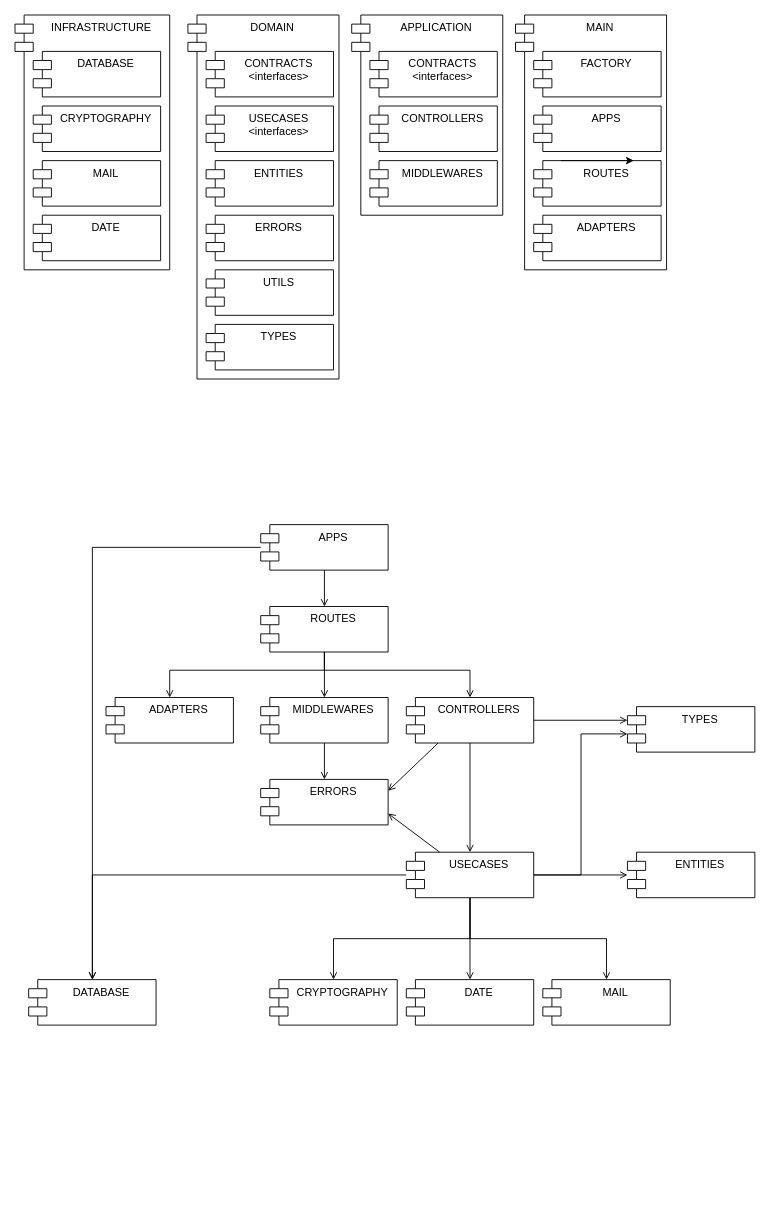
MateusNGF/comandas keeps this draw.io diagram as page "Diagrama de componentes" (1 of 3) of documentation/Components/diagramas-de-components.drawio. Above is the earlier version. Source tidied: cells renumbered, new cells numbered last; positions are measured from the earlier drawing's top-left corner, leaving out a move shared by most shapes. Both pictures are drawn from the tidied source at 91%, with x=0, y=0 at pixel (15, 15).
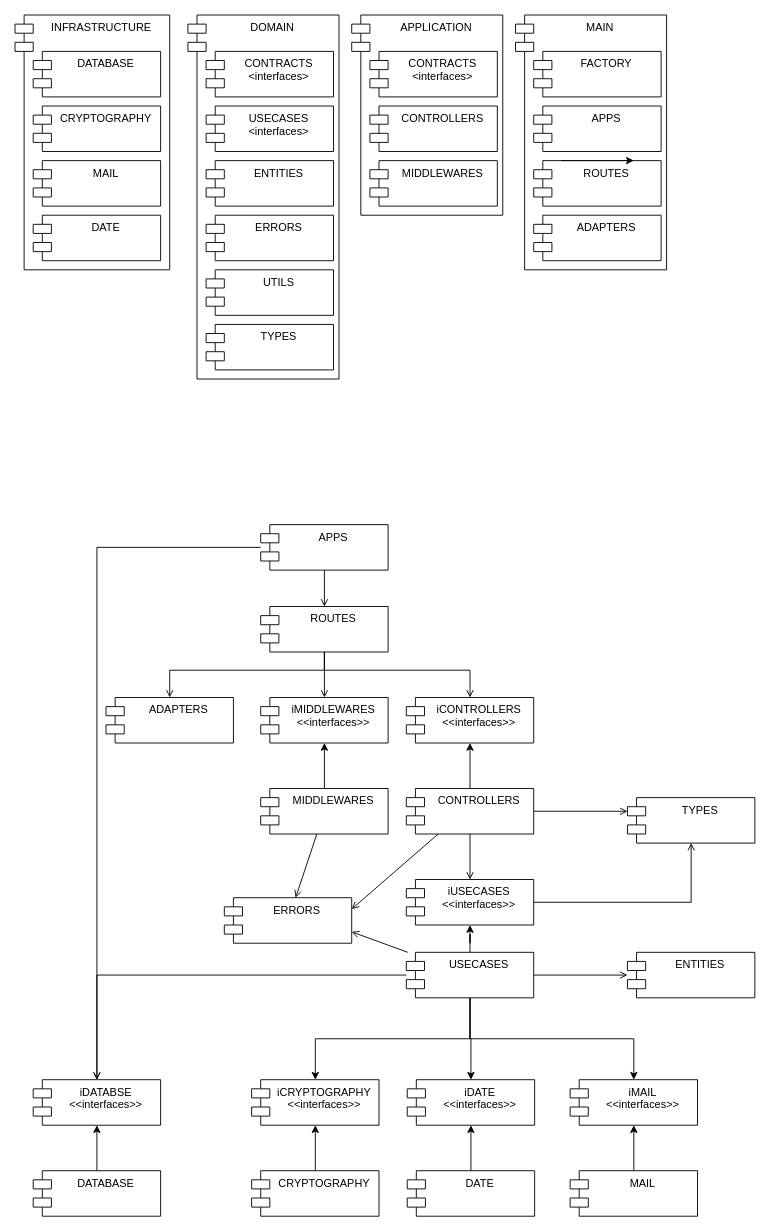
Above is the later version.

Commit message (it also covers changes not shown here):
feat(*): implemtns readme and diagram

Unchanged cells that the change refers to:
```xml
<mxCell id="27" value="APPS" style="shape=module;align=left;spacingLeft=20;align=center;verticalAlign=top;" parent="1" vertex="1">
  <mxGeometry x="270" y="560" width="140" height="50" as="geometry" />
</mxCell>
<mxCell id="31" value="ROUTES" style="shape=module;align=left;spacingLeft=20;align=center;verticalAlign=top;" parent="1" vertex="1">
  <mxGeometry x="270" y="650" width="140" height="50" as="geometry" />
</mxCell>
```

What changed in the source:
```diff
@@
+    <mxCell id="53" style="edgeStyle=orthogonalEdgeStyle;rounded=0;jettySize=auto;html=1;" parent="1" edge="1" source="24" target="67">
+      <mxGeometry relative="1" as="geometry" />
+    </mxCell>
     <mxCell id="24" value="DATABASE" style="shape=module;align=left;spacingLeft=20;align=center;verticalAlign=top;" parent="1" vertex="1">
-      <mxGeometry x="15" y="1060" width="140" height="50" as="geometry" />
+      <mxGeometry x="20" y="1270" width="140" height="50" as="geometry" />
     </mxCell>
@@
-    <mxCell id="26" style="edgeStyle=orthogonalEdgeStyle;rounded=0;jettySize=auto;html=1;endArrow=open;endFill=0;" parent="1" edge="1" source="27" target="24">
+    <mxCell id="26" style="edgeStyle=orthogonalEdgeStyle;rounded=0;jettySize=auto;html=1;endArrow=open;endFill=0;" parent="1" edge="1" source="27" target="67">
       <mxGeometry relative="1" as="geometry" />
     </mxCell>
@@
-    <mxCell id="28" style="edgeStyle=orthogonalEdgeStyle;rounded=0;jettySize=auto;html=1;endArrow=open;endFill=0;" parent="1" edge="1" source="31" target="38">
+    <mxCell id="28" style="edgeStyle=orthogonalEdgeStyle;rounded=0;jettySize=auto;html=1;endArrow=open;endFill=0;" parent="1" edge="1" source="31" target="69">
       <mxGeometry relative="1" as="geometry" />
     </mxCell>
@@
-    <mxCell id="30" style="edgeStyle=orthogonalEdgeStyle;rounded=0;jettySize=auto;html=1;endArrow=open;endFill=0;" parent="1" edge="1" source="31" target="36">
+    <mxCell id="30" style="edgeStyle=orthogonalEdgeStyle;rounded=0;jettySize=auto;html=1;endArrow=open;endFill=0;entryX=0.5;entryY=0;entryDx=0;entryDy=0;" parent="1" edge="1" source="31" target="68">
       <mxGeometry relative="1" as="geometry">
         <Array as="points">
           <mxPoint x="340" y="720" />
           <mxPoint x="500" y="720" />
+          <mxPoint x="500" y="740" />
         </Array>
       </mxGeometry>
     </mxCell>
@@
-    <mxCell id="33" style="edgeStyle=orthogonalEdgeStyle;rounded=0;jettySize=auto;html=1;endArrow=open;endFill=0;" parent="1" edge="1" source="36" target="46">
+    <mxCell id="33" style="edgeStyle=orthogonalEdgeStyle;rounded=0;jettySize=auto;html=1;endArrow=open;endFill=0;entryX=0.5;entryY=0;entryDx=0;entryDy=0;" parent="1" edge="1" source="36" target="63">
       <mxGeometry relative="1" as="geometry" />
     </mxCell>
@@
+    <mxCell id="54" style="edgeStyle=orthogonalEdgeStyle;rounded=0;jettySize=auto;html=1;" parent="1" edge="1" source="36" target="68">
+      <mxGeometry relative="1" as="geometry" />
+    </mxCell>
     <mxCell id="36" value="CONTROLLERS" style="shape=module;align=left;spacingLeft=20;align=center;verticalAlign=top;" parent="1" vertex="1">
-      <mxGeometry x="430" y="750" width="140" height="50" as="geometry" />
+      <mxGeometry x="430" y="850" width="140" height="50" as="geometry" />
     </mxCell>
@@
+    <mxCell id="55" style="edgeStyle=orthogonalEdgeStyle;rounded=0;jettySize=auto;html=1;" parent="1" edge="1" source="38" target="69">
+      <mxGeometry relative="1" as="geometry" />
+    </mxCell>
     <mxCell id="38" value="MIDDLEWARES" style="shape=module;align=left;spacingLeft=20;align=center;verticalAlign=top;" parent="1" vertex="1">
-      <mxGeometry x="270" y="750" width="140" height="50" as="geometry" />
+      <mxGeometry x="270" y="850" width="140" height="50" as="geometry" />
     </mxCell>
-    <mxCell id="39" style="edgeStyle=orthogonalEdgeStyle;rounded=0;jettySize=auto;html=1;endArrow=open;endFill=0;" parent="1" edge="1" source="46" target="24">
+    <mxCell id="39" style="edgeStyle=orthogonalEdgeStyle;rounded=0;jettySize=auto;html=1;endArrow=open;endFill=0;entryX=0.5;entryY=0;entryDx=0;entryDy=0;" parent="1" edge="1" source="46" target="67">
       <mxGeometry relative="1" as="geometry" />
     </mxCell>
-    <mxCell id="40" style="edgeStyle=orthogonalEdgeStyle;rounded=0;jettySize=auto;html=1;endArrow=open;endFill=0;exitX=0.5;exitY=1;exitDx=0;exitDy=0;" parent="1" edge="1" source="46" target="47">
-      <mxGeometry relative="1" as="geometry" />
-    </mxCell>
@@
-    <mxCell id="42" style="edgeStyle=orthogonalEdgeStyle;rounded=0;jettySize=auto;html=1;endArrow=open;endFill=0;exitX=0.5;exitY=1;exitDx=0;exitDy=0;" parent="1" edge="1" source="46" target="49">
-      <mxGeometry relative="1" as="geometry" />
-    </mxCell>
-    <mxCell id="43" style="edgeStyle=orthogonalEdgeStyle;rounded=0;jettySize=auto;html=1;endArrow=open;endFill=0;" parent="1" edge="1" source="46" target="50">
-      <mxGeometry relative="1" as="geometry" />
-    </mxCell>
@@
-    <mxCell id="45" style="edgeStyle=orthogonalEdgeStyle;rounded=0;jettySize=auto;html=1;endArrow=open;endFill=0;" parent="1" edge="1" source="46" target="52">
-      <mxGeometry relative="1" as="geometry">
-        <Array as="points">
-          <mxPoint x="622" y="945" />
-          <mxPoint x="622" y="790" />
-        </Array>
-      </mxGeometry>
+    <mxCell id="45" style="rounded=0;jettySize=auto;html=1;endArrow=open;endFill=0;exitX=1;exitY=0.5;exitDx=0;exitDy=0;edgeStyle=orthogonalEdgeStyle;" parent="1" edge="1" source="63" target="52">
+      <mxGeometry relative="1" as="geometry" />
     </mxCell>
+    <mxCell id="56" style="edgeStyle=orthogonalEdgeStyle;rounded=0;jettySize=auto;html=1;" parent="1" edge="1" source="46" target="63">
+      <mxGeometry relative="1" as="geometry" />
+    </mxCell>
+    <mxCell id="57" style="edgeStyle=orthogonalEdgeStyle;rounded=0;jettySize=auto;html=1;exitX=0.5;exitY=1;exitDx=0;exitDy=0;" parent="1" edge="1" source="46" target="64">
+      <mxGeometry relative="1" as="geometry" />
+    </mxCell>
+    <mxCell id="58" style="edgeStyle=orthogonalEdgeStyle;rounded=0;jettySize=auto;html=1;" parent="1" edge="1" source="46" target="66">
+      <mxGeometry relative="1" as="geometry" />
+    </mxCell>
+    <mxCell id="59" style="edgeStyle=orthogonalEdgeStyle;rounded=0;jettySize=auto;html=1;exitX=0.5;exitY=1;exitDx=0;exitDy=0;" parent="1" edge="1" source="46" target="65">
+      <mxGeometry relative="1" as="geometry" />
+    </mxCell>
     <mxCell id="46" value="USECASES" style="shape=module;align=left;spacingLeft=20;align=center;verticalAlign=top;" parent="1" vertex="1">
-      <mxGeometry x="430" y="920" width="140" height="50" as="geometry" />
+      <mxGeometry x="430" y="1030" width="140" height="50" as="geometry" />
     </mxCell>
+    <mxCell id="60" style="edgeStyle=orthogonalEdgeStyle;rounded=0;jettySize=auto;html=1;" parent="1" edge="1" source="47" target="64">
+      <mxGeometry relative="1" as="geometry" />
+    </mxCell>
     <mxCell id="47" value="CRYPTOGRAPHY" style="shape=module;align=left;spacingLeft=20;align=center;verticalAlign=top;" parent="1" vertex="1">
-      <mxGeometry x="280" y="1060" width="140" height="50" as="geometry" />
+      <mxGeometry x="260" y="1270" width="140" height="50" as="geometry" />
     </mxCell>
     <mxCell id="48" value="ENTITIES" style="shape=module;align=left;spacingLeft=20;align=center;verticalAlign=top;" parent="1" vertex="1">
-      <mxGeometry x="673" y="920" width="140" height="50" as="geometry" />
+      <mxGeometry x="673" y="1030" width="140" height="50" as="geometry" />
     </mxCell>
+    <mxCell id="61" style="edgeStyle=orthogonalEdgeStyle;rounded=0;jettySize=auto;html=1;" parent="1" edge="1" source="49" target="65">
+      <mxGeometry relative="1" as="geometry" />
+    </mxCell>
     <mxCell id="49" value="MAIL" style="shape=module;align=left;spacingLeft=20;align=center;verticalAlign=top;" parent="1" vertex="1">
-      <mxGeometry x="580" y="1060" width="140" height="50" as="geometry" />
+      <mxGeometry x="610" y="1270" width="140" height="50" as="geometry" />
     </mxCell>
+    <mxCell id="62" style="edgeStyle=orthogonalEdgeStyle;rounded=0;jettySize=auto;html=1;" parent="1" edge="1" source="50" target="66">
+      <mxGeometry relative="1" as="geometry" />
+    </mxCell>
     <mxCell id="50" value="DATE" style="shape=module;align=left;spacingLeft=20;align=center;verticalAlign=top;" parent="1" vertex="1">
-      <mxGeometry x="430" y="1060" width="140" height="50" as="geometry" />
+      <mxGeometry x="431" y="1270" width="140" height="50" as="geometry" />
     </mxCell>
     <mxCell id="51" value="ERRORS" style="shape=module;align=left;spacingLeft=20;align=center;verticalAlign=top;" parent="1" vertex="1">
-      <mxGeometry x="270" y="840" width="140" height="50" as="geometry" />
+      <mxGeometry x="230" y="970" width="140" height="50" as="geometry" />
     </mxCell>
     <mxCell id="52" value="TYPES" style="shape=module;align=left;spacingLeft=20;align=center;verticalAlign=top;" parent="1" vertex="1">
-      <mxGeometry x="673" y="760" width="140" height="50" as="geometry" />
+      <mxGeometry x="673" y="860" width="140" height="50" as="geometry" />
     </mxCell>
+    <mxCell id="63" value="iUSECASES&#10;&lt;&lt;interfaces&gt;&gt;" style="shape=module;align=left;spacingLeft=20;align=center;verticalAlign=top;" parent="1" vertex="1">
+      <mxGeometry x="430" y="950" width="140" height="50" as="geometry" />
+    </mxCell>
+    <mxCell id="64" value="iCRYPTOGRAPHY&#10;&lt;&lt;interfaces&gt;&gt;" style="shape=module;align=left;spacingLeft=20;align=center;verticalAlign=top;" parent="1" vertex="1">
+      <mxGeometry x="260" y="1170" width="140" height="50" as="geometry" />
+    </mxCell>
+    <mxCell id="65" value="iMAIL&#10;&lt;&lt;interfaces&gt;&gt;" style="shape=module;align=left;spacingLeft=20;align=center;verticalAlign=top;" parent="1" vertex="1">
+      <mxGeometry x="610" y="1170" width="140" height="50" as="geometry" />
+    </mxCell>
+    <mxCell id="66" value="iDATE&#10;&lt;&lt;interfaces&gt;&gt;" style="shape=module;align=left;spacingLeft=20;align=center;verticalAlign=top;" parent="1" vertex="1">
+      <mxGeometry x="431" y="1170" width="140" height="50" as="geometry" />
+    </mxCell>
+    <mxCell id="67" value="iDATABSE&#10;&lt;&lt;interfaces&gt;&gt;" style="shape=module;align=left;spacingLeft=20;align=center;verticalAlign=top;" parent="1" vertex="1">
+      <mxGeometry x="20" y="1170" width="140" height="50" as="geometry" />
+    </mxCell>
+    <mxCell id="68" value="iCONTROLLERS&#10;&lt;&lt;interfaces&gt;&gt;" style="shape=module;align=left;spacingLeft=20;align=center;verticalAlign=top;" parent="1" vertex="1">
+      <mxGeometry x="430" y="750" width="140" height="50" as="geometry" />
+    </mxCell>
+    <mxCell id="69" value="iMIDDLEWARES&#10;&lt;&lt;interfaces&gt;&gt;" style="shape=module;align=left;spacingLeft=20;align=center;verticalAlign=top;" parent="1" vertex="1">
+      <mxGeometry x="270" y="750" width="140" height="50" as="geometry" />
+    </mxCell>
```
